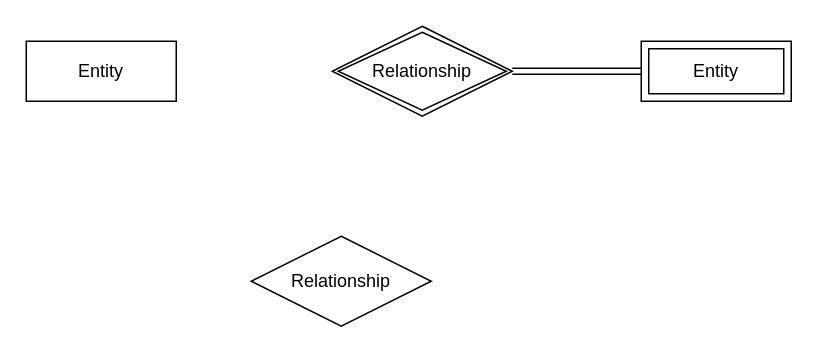
Before: as04.drawio in sarahokra/mydrive, a draw.io diagram. Source tidied: cells renumbered, new cells numbered last; positions are measured from the earlier drawing's top-left corner, leaving out a move shared by most shapes. Both pictures are drawn from the tidied source at 150%, with x=0, y=0 at pixel (26, 26).
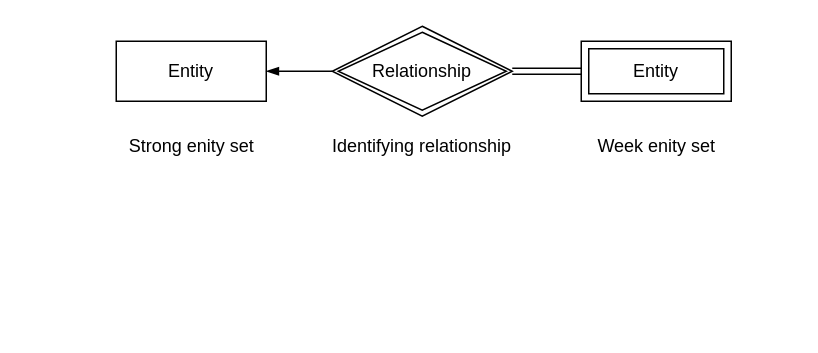
Above is the later version.

Change to the diagram source:
```diff
@@
 <mxGraphModel>
   <root>
     <mxCell id="0" />
     <mxCell id="1" parent="0" />
     <mxCell id="2" value="Entity" style="shape=ext;margin=3;double=1;whiteSpace=wrap;html=1;align=center;" parent="1" vertex="1">
-      <mxGeometry x="410" y="10" width="100" height="40" as="geometry" />
+      <mxGeometry x="370" y="10" width="100" height="40" as="geometry" />
     </mxCell>
     <mxCell id="3" value="Entity" style="whiteSpace=wrap;html=1;align=center;" parent="1" vertex="1">
-      <mxGeometry y="10" width="100" height="40" as="geometry" />
+      <mxGeometry x="60" y="10" width="100" height="40" as="geometry" />
     </mxCell>
     <mxCell id="4" value="Relationship" style="shape=rhombus;double=1;perimeter=rhombusPerimeter;whiteSpace=wrap;html=1;align=center;" parent="1" vertex="1">
       <mxGeometry x="204" width="120" height="60" as="geometry" />
     </mxCell>
     <mxCell id="5" style="endArrow=none;html=1;rounded=0;shape=link;entryX=0;entryY=0.5;entryDx=0;entryDy=0;" parent="1" edge="1" source="4" target="2">
       <mxGeometry relative="1" as="geometry" />
     </mxCell>
-    <mxCell id="6" value="Relationship" style="shape=rhombus;perimeter=rhombusPerimeter;whiteSpace=wrap;html=1;align=center;" parent="1" vertex="1">
-      <mxGeometry x="150" y="140" width="120" height="60" as="geometry" />
-    </mxCell>
+    <mxCell id="7" style="endArrow=none;html=1;rounded=0;exitX=1;exitY=0.5;exitDx=0;exitDy=0;entryX=0;entryY=0.5;entryDx=0;entryDy=0;startArrow=blockThin;startFill=1;" parent="1" edge="1" source="3" target="4">
+      <mxGeometry relative="1" as="geometry" />
+    </mxCell>
+    <mxCell id="8" value="Strong enity set" style="text;strokeColor=none;fillColor=none;html=1;fontSize=12;fontStyle=0;verticalAlign=middle;align=center;" parent="1" vertex="1">
+      <mxGeometry x="60" y="60" width="100" height="40" as="geometry" />
+    </mxCell>
+    <mxCell id="9" value="Week enity set" style="text;strokeColor=none;fillColor=none;html=1;fontSize=12;fontStyle=0;verticalAlign=middle;align=center;" parent="1" vertex="1">
+      <mxGeometry x="370" y="60" width="100" height="40" as="geometry" />
+    </mxCell>
+    <mxCell id="10" value="Identifying relationship" style="text;whiteSpace=wrap;align=center;verticalAlign=middle;" parent="1" vertex="1">
+      <mxGeometry x="189" y="60" width="150" height="40" as="geometry" />
+    </mxCell>
   </root>
 </mxGraphModel>
```
